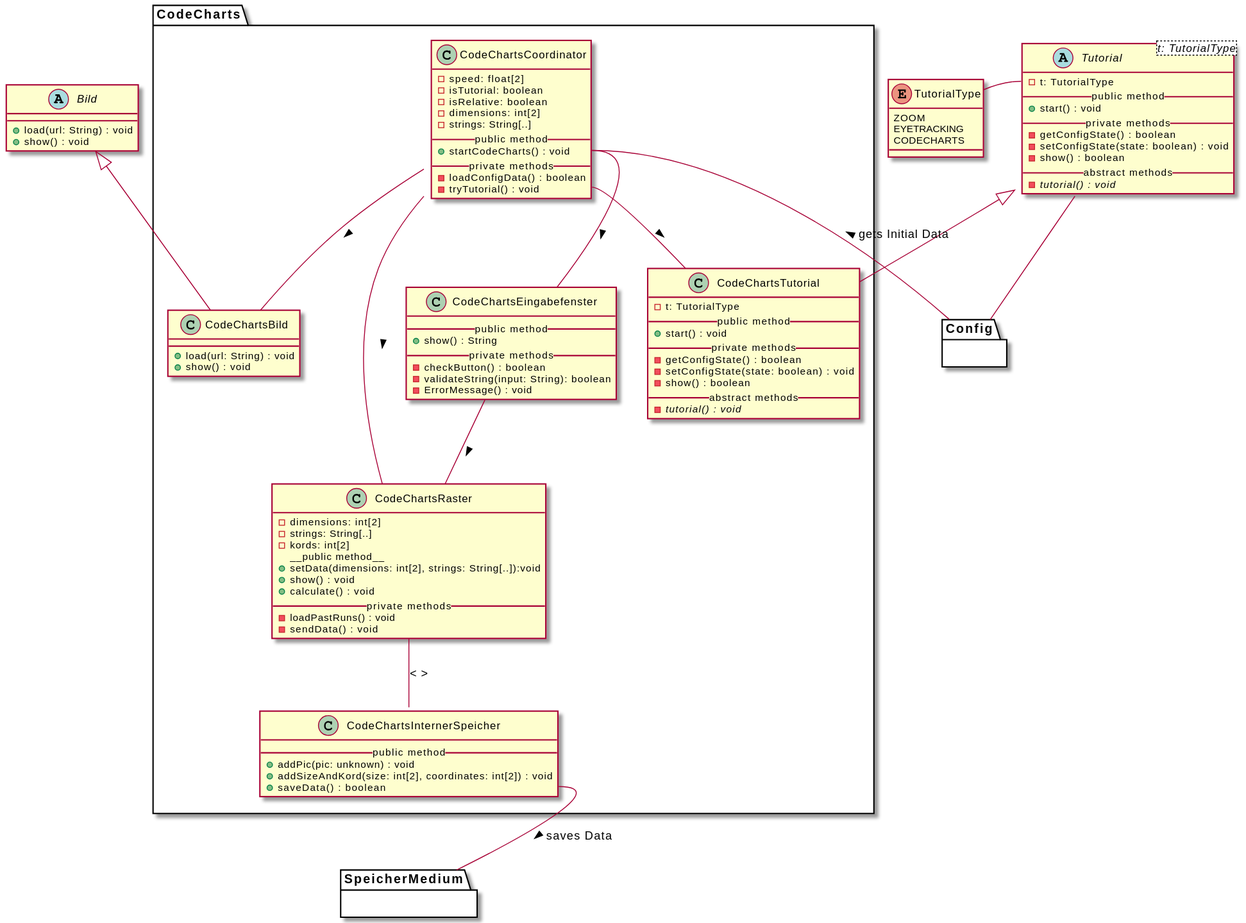
The PlantUML diagram meilenstein_03/uml-code_charts/uml-code_charts.svg in weichware10/meilensteine, before a commit.
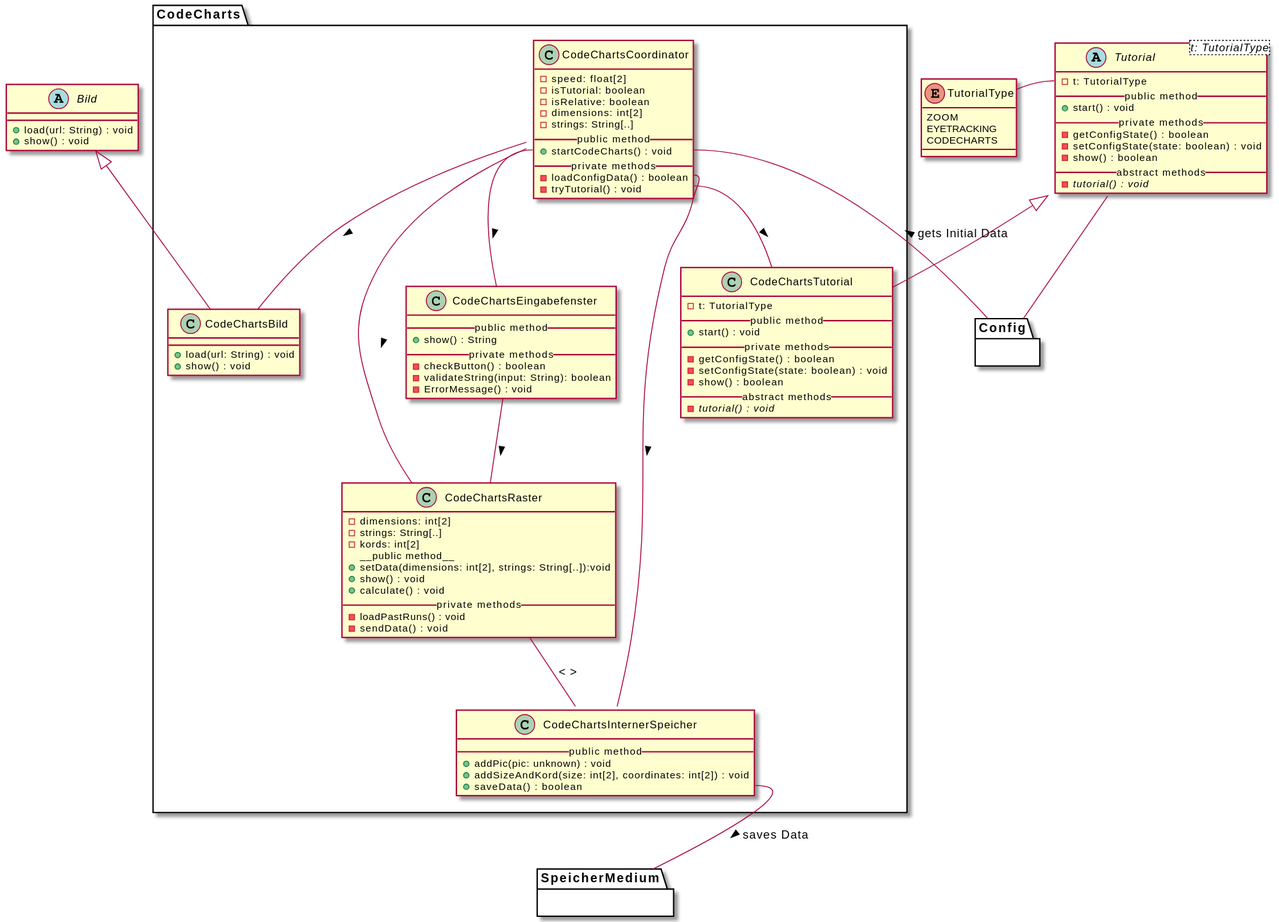
The same diagram one commit later.

Commit message:
Render PlantUML SVGs

Change to the diagram source:
```diff
@@ -97,6 +97,7 @@
     CodeChartsCoordinator -- CodeChartsBild : >
     CodeChartsCoordinator -- CodeChartsRaster : >
     CodeChartsCoordinator::startCodeCharts -- CodeChartsEingabefenster : >
+    CodeChartsCoordinator::loadConfigData -- CodeChartsInternerSpeicher : >
     CodeChartsCoordinator::tryTutorial -- CodeChartsTutorial : >
     CodeChartsRaster -- CodeChartsInternerSpeicher : <>
     CodeChartsEingabefenster -- CodeChartsRaster : >
```
